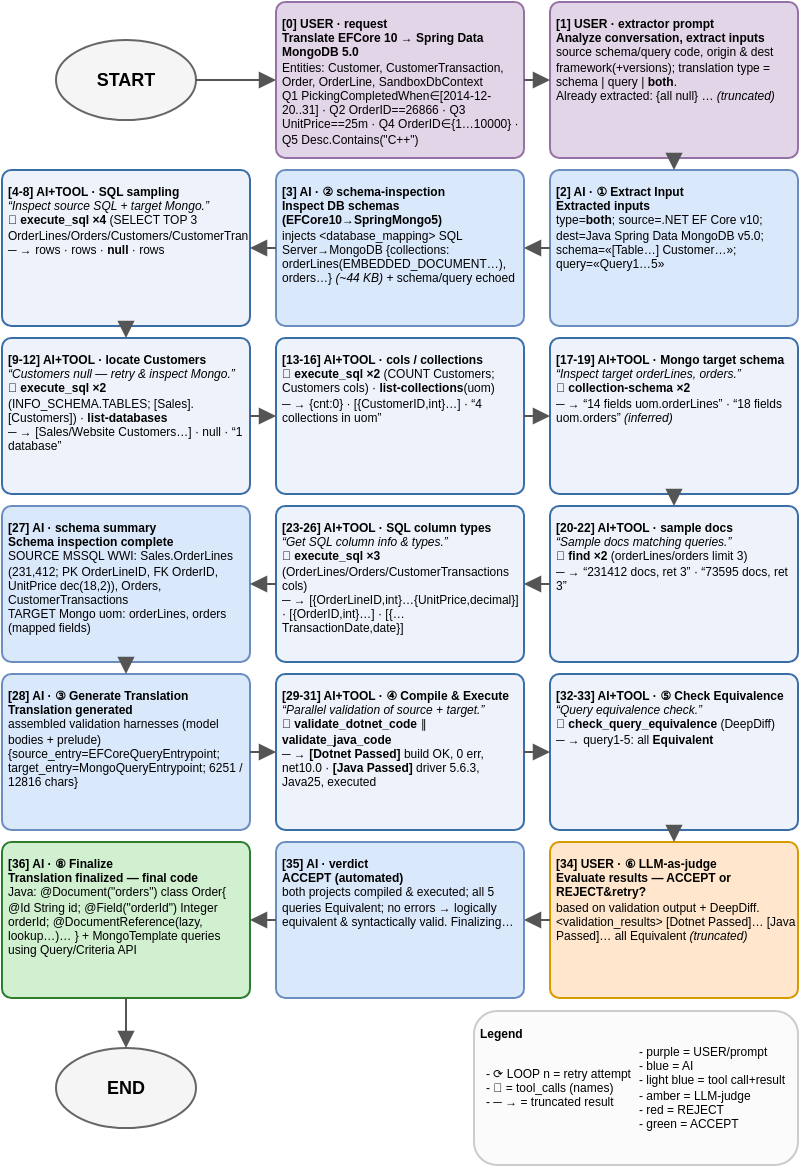
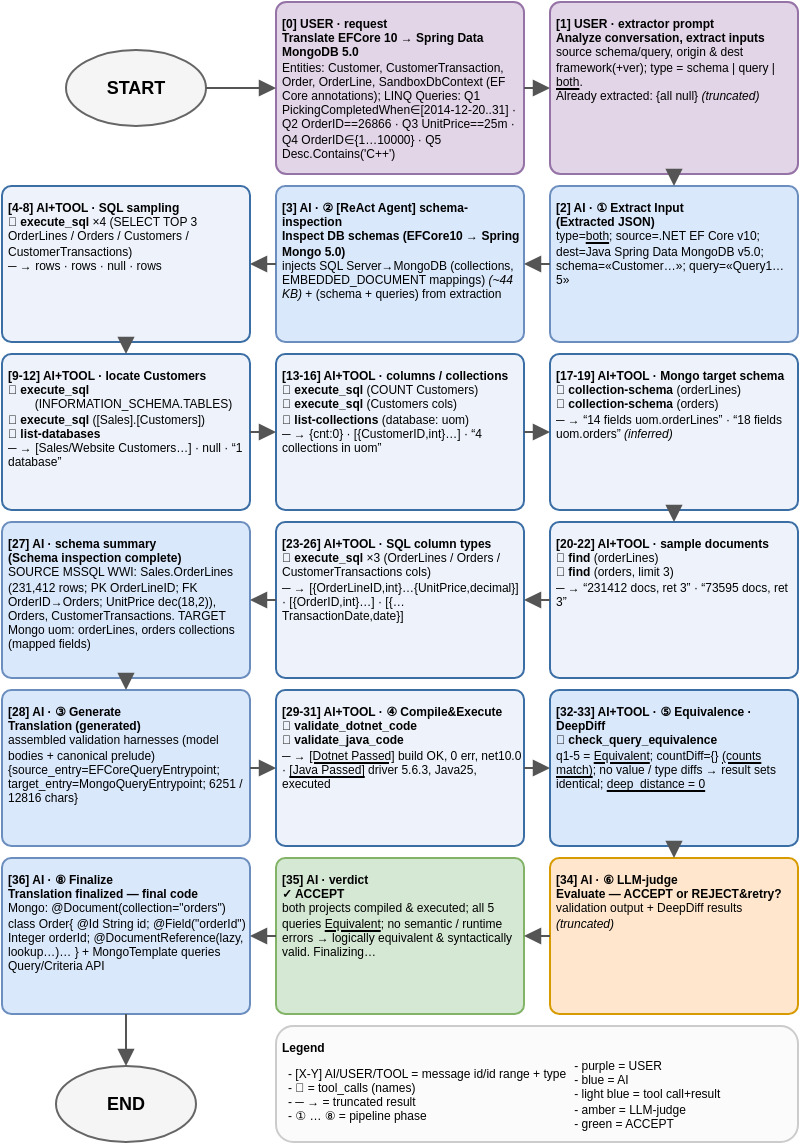
<mxfile host="Electron" agent="Mozilla/5.0 (Windows NT 10.0; Win64; x64) AppleWebKit/537.36 (KHTML, like Gecko) draw.io/27.0.9 Chrome/134.0.6998.205 Electron/35.4.0 Safari/537.36" version="27.0.9">
-   <diagram id="trace" name="Run Trace">
-     <mxGraphModel dx="613" dy="425" grid="1" gridSize="10" guides="1" tooltips="1" connect="1" arrows="1" fold="1" page="1" pageScale="1" pageWidth="418" pageHeight="591" math="0" shadow="0">
+   <diagram id="trace" name="EFCore→MongoDB Trace">
+     <mxGraphModel dx="508" dy="352" grid="1" gridSize="10" guides="1" tooltips="1" connect="1" arrows="1" fold="1" page="1" pageScale="1" pageWidth="418" pageHeight="591" math="0" shadow="0">
      <root>
        <mxCell id="0" />
        <mxCell id="1" parent="0" />
        <mxCell id="start" value="START" style="ellipse;whiteSpace=wrap;html=1;fillColor=#f5f5f5;strokeColor=#666666;fontStyle=1;fontSize=9;" parent="1" vertex="1">
-           <mxGeometry x="35" y="27" width="70" height="40" as="geometry" />
+           <mxGeometry x="40" y="24" width="70" height="38" as="geometry" />
        </mxCell>
-         <mxCell id="m0" value="&lt;b&gt;[0] USER · request&lt;/b&gt;&lt;br&gt;&lt;b&gt;Translate EFCore 10 → Spring Data MongoDB 5.0&lt;/b&gt;&lt;br&gt;Entities: Customer, CustomerTransaction, Order, OrderLine, SandboxDbContext&lt;br&gt;Q1 PickingCompletedWhen∈[2014-12-20..31] · Q2 OrderID==26866 · Q3 UnitPrice==25m · Q4 OrderID∈{1…10000} · Q5 Desc.Contains(&amp;quot;C++&amp;quot;)" style="rounded=1;whiteSpace=wrap;html=1;fontSize=6;align=left;verticalAlign=top;spacing=3;arcSize=6;overflow=hidden;fillColor=#e1d5e7;strokeColor=#9673a6;" parent="1" vertex="1">
-           <mxGeometry x="145" y="8" width="124" height="78" as="geometry" />
+         <mxCell id="m0" value="&lt;b&gt;[0] USER · request&lt;/b&gt;&lt;br&gt;&lt;b&gt;Translate EFCore 10 → Spring Data MongoDB 5.0&lt;/b&gt;&lt;br&gt;Entities: Customer, CustomerTransaction, Order, OrderLine, SandboxDbContext (EF Core annotations); LINQ Queries: Q1 PickingCompletedWhen∈[2014-12-20..31] · Q2 OrderID==26866 · Q3 UnitPrice==25m · Q4 OrderID∈{1…10000} · Q5 Desc.Contains(&#39;C++&#39;)" style="rounded=1;whiteSpace=wrap;html=1;fontSize=6;align=left;verticalAlign=top;spacing=3;arcSize=6;overflow=hidden;fillColor=#e1d5e7;strokeColor=#9673a6;" parent="1" vertex="1">
+           <mxGeometry x="145" width="124" height="86" as="geometry" />
        </mxCell>
-         <mxCell id="m1" value="&lt;b&gt;[1] USER · extractor prompt&lt;/b&gt;&lt;br&gt;&lt;b&gt;Analyze conversation, extract inputs&lt;/b&gt;&lt;br&gt;source schema/query code, origin &amp;amp; dest framework(+versions); translation type = schema | query | &lt;b&gt;both&lt;/b&gt;.&lt;br&gt;Already extracted: {all null} … &lt;i&gt;(truncated)&lt;/i&gt;" style="rounded=1;whiteSpace=wrap;html=1;fontSize=6;align=left;verticalAlign=top;spacing=3;arcSize=6;overflow=hidden;fillColor=#e1d5e7;strokeColor=#9673a6;" parent="1" vertex="1">
-           <mxGeometry x="282" y="8" width="124" height="78" as="geometry" />
+         <mxCell id="m1" value="&lt;b&gt;[1] USER · extractor prompt&lt;/b&gt;&lt;br&gt;&lt;b&gt;Analyze conversation, extract inputs&lt;/b&gt;&lt;br&gt;source schema/query, origin &amp;amp; dest framework(+ver); type = schema | query | &lt;u&gt;both&lt;/u&gt;.&lt;br&gt;Already extracted: {all null} &lt;i&gt;(truncated)&lt;/i&gt;" style="rounded=1;whiteSpace=wrap;html=1;fontSize=6;align=left;verticalAlign=top;spacing=3;arcSize=6;overflow=hidden;fillColor=#e1d5e7;strokeColor=#9673a6;" parent="1" vertex="1">
+           <mxGeometry x="282" width="124" height="86" as="geometry" />
        </mxCell>
-         <mxCell id="m2" value="&lt;b&gt;[2] AI · ① Extract Input&lt;/b&gt;&lt;br&gt;&lt;b&gt;Extracted inputs&lt;/b&gt;&lt;br&gt;type=&lt;b&gt;both&lt;/b&gt;; source=.NET EF Core v10; dest=Java Spring Data MongoDB v5.0; schema=«[Table…] Customer…»; query=«Query1…5»" style="rounded=1;whiteSpace=wrap;html=1;fontSize=6;align=left;verticalAlign=top;spacing=3;arcSize=6;overflow=hidden;fillColor=#dae8fc;strokeColor=#6c8ebf;" parent="1" vertex="1">
+         <mxCell id="m2" value="&lt;b&gt;[2] AI · ① Extract Input&lt;/b&gt;&lt;br&gt;&lt;b&gt;(Extracted JSON)&lt;/b&gt;&lt;br&gt;type=&lt;u&gt;both&lt;/u&gt;; source=.NET EF Core v10; dest=Java Spring Data MongoDB v5.0; schema=«Customer…»; query=«Query1…5»" style="rounded=1;whiteSpace=wrap;html=1;fontSize=6;align=left;verticalAlign=top;spacing=3;arcSize=6;overflow=hidden;fillColor=#dae8fc;strokeColor=#6c8ebf;" parent="1" vertex="1">
          <mxGeometry x="282" y="92" width="124" height="78" as="geometry" />
        </mxCell>
-         <mxCell id="m3" value="&lt;b&gt;[3] AI · ② schema-inspection&lt;/b&gt;&lt;br&gt;&lt;b&gt;Inspect DB schemas (EFCore10→SpringMongo5)&lt;/b&gt;&lt;br&gt;injects &amp;lt;database_mapping&amp;gt; SQL Server→MongoDB {collections: orderLines(EMBEDDED_DOCUMENT…), orders…} &lt;i&gt;(~44 KB)&lt;/i&gt; + schema/query echoed" style="rounded=1;whiteSpace=wrap;html=1;fontSize=6;align=left;verticalAlign=top;spacing=3;arcSize=6;overflow=hidden;fillColor=#dae8fc;strokeColor=#6c8ebf;" parent="1" vertex="1">
+         <mxCell id="m3" value="&lt;b&gt;[3] AI · ② [ReAct Agent] schema-inspection&lt;/b&gt;&lt;br&gt;&lt;b&gt;Inspect DB schemas (EFCore10 → Spring Mongo 5.0)&lt;/b&gt;&lt;br&gt;injects &lt;database_mapping&gt; SQL Server→MongoDB (collections, EMBEDDED_DOCUMENT mappings) &lt;i&gt;(~44 KB)&lt;/i&gt; + (schema + queries) from extraction" style="rounded=1;whiteSpace=wrap;html=1;fontSize=6;align=left;verticalAlign=top;spacing=3;arcSize=6;overflow=hidden;fillColor=#dae8fc;strokeColor=#6c8ebf;" parent="1" vertex="1">
          <mxGeometry x="145" y="92" width="124" height="78" as="geometry" />
        </mxCell>
-         <mxCell id="t4" value="&lt;b&gt;[4-8] AI+TOOL · SQL sampling&lt;/b&gt;&lt;br&gt;&lt;i&gt;“Inspect source SQL + target Mongo.”&lt;/i&gt;&lt;br&gt;🔧 &lt;b&gt;execute_sql ×4&lt;/b&gt; (SELECT TOP 3 OrderLines/Orders/Customers/CustomerTransactions)&lt;br&gt;─ → rows · rows · &lt;b&gt;null&lt;/b&gt; · rows" style="rounded=1;whiteSpace=wrap;html=1;fontSize=6;align=left;verticalAlign=top;spacing=3;arcSize=6;overflow=hidden;fillColor=#eef3fb;strokeColor=#3b6ea5;" parent="1" vertex="1">
+         <mxCell id="t4" value="&lt;b&gt;[4-8] AI+TOOL · SQL sampling&lt;/b&gt;&lt;br&gt;🔧 &lt;b&gt;execute_sql&lt;/b&gt; ×4 (SELECT TOP 3 OrderLines / Orders / Customers / CustomerTransactions)&lt;br&gt;─ → rows · rows · null · rows" style="rounded=1;whiteSpace=wrap;html=1;fontSize=6;align=left;verticalAlign=top;spacing=3;arcSize=6;overflow=hidden;fillColor=#eef3fb;strokeColor=#3b6ea5;" parent="1" vertex="1">
          <mxGeometry x="8" y="92" width="124" height="78" as="geometry" />
        </mxCell>
-         <mxCell id="t9" value="&lt;b&gt;[9-12] AI+TOOL · locate Customers&lt;/b&gt;&lt;br&gt;&lt;i&gt;“Customers null — retry &amp;amp; inspect Mongo.”&lt;/i&gt;&lt;br&gt;🔧 &lt;b&gt;execute_sql ×2&lt;/b&gt; (INFO_SCHEMA.TABLES; [Sales].[Customers]) · &lt;b&gt;list-databases&lt;/b&gt;&lt;br&gt;─ → [Sales/Website Customers…] · null · “1 database”" style="rounded=1;whiteSpace=wrap;html=1;fontSize=6;align=left;verticalAlign=top;spacing=3;arcSize=6;overflow=hidden;fillColor=#eef3fb;strokeColor=#3b6ea5;" parent="1" vertex="1">
+         <mxCell id="t9" value="&lt;b&gt;[9-12] AI+TOOL · locate Customers&lt;/b&gt;&lt;br&gt;🔧 &lt;b&gt;execute_sql&lt;/b&gt;&amp;nbsp;&lt;div&gt;&lt;span style=&quot;white-space: pre;&quot;&gt;&#x9;&lt;/span&gt;(INFORMATION_SCHEMA.TABLES)&lt;/div&gt;&lt;div&gt;🔧&amp;nbsp;&lt;b&gt;execute_sql&lt;/b&gt;&amp;nbsp;([Sales].[Customers])&lt;br&gt;🔧 &lt;b&gt;list-databases&lt;/b&gt;&lt;br&gt;─ → [Sales/Website Customers…] · null · “1 database”&lt;/div&gt;" style="rounded=1;whiteSpace=wrap;html=1;fontSize=6;align=left;verticalAlign=top;spacing=3;arcSize=6;overflow=hidden;fillColor=#eef3fb;strokeColor=#3b6ea5;" parent="1" vertex="1">
          <mxGeometry x="8" y="176" width="124" height="78" as="geometry" />
        </mxCell>
-         <mxCell id="t13" value="&lt;b&gt;[13-16] AI+TOOL · cols / collections&lt;/b&gt;&lt;br&gt;🔧 &lt;b&gt;execute_sql ×2&lt;/b&gt; (COUNT Customers; Customers cols) · &lt;b&gt;list-collections&lt;/b&gt;(uom)&lt;br&gt;─ → {cnt:0} · [{CustomerID,int}…] · “4 collections in uom”" style="rounded=1;whiteSpace=wrap;html=1;fontSize=6;align=left;verticalAlign=top;spacing=3;arcSize=6;overflow=hidden;fillColor=#eef3fb;strokeColor=#3b6ea5;" parent="1" vertex="1">
+         <mxCell id="t13" value="&lt;b&gt;[13-16] AI+TOOL · columns / collections&lt;/b&gt;&lt;br&gt;🔧 &lt;b&gt;execute_sql&lt;/b&gt;&amp;nbsp;(COUNT Customers)&amp;nbsp;&lt;div&gt;🔧&amp;nbsp;&lt;b&gt;execute_sql&amp;nbsp;&lt;/b&gt;(Customers cols)&lt;br&gt;🔧 &lt;b&gt;list-collections&lt;/b&gt; (database: uom)&lt;br&gt;─ → {cnt:0} · [{CustomerID,int}…] · “4 collections in uom”&lt;/div&gt;" style="rounded=1;whiteSpace=wrap;html=1;fontSize=6;align=left;verticalAlign=top;spacing=3;arcSize=6;overflow=hidden;fillColor=#eef3fb;strokeColor=#3b6ea5;" parent="1" vertex="1">
          <mxGeometry x="145" y="176" width="124" height="78" as="geometry" />
        </mxCell>
-         <mxCell id="t17" value="&lt;b&gt;[17-19] AI+TOOL · Mongo target schema&lt;/b&gt;&lt;br&gt;&lt;i&gt;“Inspect target orderLines, orders.”&lt;/i&gt;&lt;br&gt;🔧 &lt;b&gt;collection-schema ×2&lt;/b&gt;&lt;br&gt;─ → “14 fields uom.orderLines” · “18 fields uom.orders” &lt;i&gt;(inferred)&lt;/i&gt;" style="rounded=1;whiteSpace=wrap;html=1;fontSize=6;align=left;verticalAlign=top;spacing=3;arcSize=6;overflow=hidden;fillColor=#eef3fb;strokeColor=#3b6ea5;" parent="1" vertex="1">
+         <mxCell id="t17" value="&lt;b&gt;[17-19] AI+TOOL · Mongo target schema&lt;/b&gt;&lt;br&gt;🔧 &lt;b&gt;collection-schema&amp;nbsp;&lt;/b&gt;(orderLines)&lt;br&gt;&lt;div&gt;&lt;span style=&quot;background-color: transparent; color: light-dark(rgb(0, 0, 0), rgb(255, 255, 255));&quot;&gt;🔧&lt;/span&gt;&lt;span style=&quot;background-color: transparent; color: light-dark(rgb(0, 0, 0), rgb(255, 255, 255));&quot;&gt;&amp;nbsp;&lt;/span&gt;&lt;b style=&quot;background-color: transparent; color: light-dark(rgb(0, 0, 0), rgb(255, 255, 255));&quot;&gt;collection-schema&amp;nbsp;&lt;/b&gt;(orders)&lt;br&gt;─ → “14 fields uom.orderLines” · “18 fields uom.orders” &lt;i&gt;(inferred)&lt;/i&gt;&lt;/div&gt;" style="rounded=1;whiteSpace=wrap;html=1;fontSize=6;align=left;verticalAlign=top;spacing=3;arcSize=6;overflow=hidden;fillColor=#eef3fb;strokeColor=#3b6ea5;" parent="1" vertex="1">
          <mxGeometry x="282" y="176" width="124" height="78" as="geometry" />
        </mxCell>
-         <mxCell id="t20" value="&lt;b&gt;[20-22] AI+TOOL · sample docs&lt;/b&gt;&lt;br&gt;&lt;i&gt;“Sample docs matching queries.”&lt;/i&gt;&lt;br&gt;🔧 &lt;b&gt;find ×2&lt;/b&gt; (orderLines/orders limit 3)&lt;br&gt;─ → “231412 docs, ret 3” · “73595 docs, ret 3”" style="rounded=1;whiteSpace=wrap;html=1;fontSize=6;align=left;verticalAlign=top;spacing=3;arcSize=6;overflow=hidden;fillColor=#eef3fb;strokeColor=#3b6ea5;" parent="1" vertex="1">
+         <mxCell id="t20" value="&lt;b&gt;[20-22] AI+TOOL · sample documents&lt;/b&gt;&lt;br&gt;🔧 &lt;b&gt;find&lt;/b&gt;&amp;nbsp;(orderLines)&lt;br&gt;&lt;div&gt;&lt;span style=&quot;background-color: transparent; color: light-dark(rgb(0, 0, 0), rgb(255, 255, 255));&quot;&gt;🔧&lt;/span&gt;&lt;span style=&quot;background-color: transparent; color: light-dark(rgb(0, 0, 0), rgb(255, 255, 255));&quot;&gt;&amp;nbsp;&lt;/span&gt;&lt;b style=&quot;background-color: transparent; color: light-dark(rgb(0, 0, 0), rgb(255, 255, 255));&quot;&gt;find&lt;/b&gt;&lt;span style=&quot;background-color: transparent; color: light-dark(rgb(0, 0, 0), rgb(255, 255, 255));&quot;&gt; (&lt;/span&gt;orders, limit 3)&lt;br&gt;─ → “231412 docs, ret 3” · “73595 docs, ret 3”&lt;/div&gt;" style="rounded=1;whiteSpace=wrap;html=1;fontSize=6;align=left;verticalAlign=top;spacing=3;arcSize=6;overflow=hidden;fillColor=#eef3fb;strokeColor=#3b6ea5;" parent="1" vertex="1">
          <mxGeometry x="282" y="260" width="124" height="78" as="geometry" />
        </mxCell>
-         <mxCell id="t23" value="&lt;b&gt;[23-26] AI+TOOL · SQL column types&lt;/b&gt;&lt;br&gt;&lt;i&gt;“Get SQL column info &amp;amp; types.”&lt;/i&gt;&lt;br&gt;🔧 &lt;b&gt;execute_sql ×3&lt;/b&gt; (OrderLines/Orders/CustomerTransactions cols)&lt;br&gt;─ → [{OrderLineID,int}…{UnitPrice,decimal}] · [{OrderID,int}…] · [{…TransactionDate,date}]" style="rounded=1;whiteSpace=wrap;html=1;fontSize=6;align=left;verticalAlign=top;spacing=3;arcSize=6;overflow=hidden;fillColor=#eef3fb;strokeColor=#3b6ea5;" parent="1" vertex="1">
+         <mxCell id="t23" value="&lt;b&gt;[23-26] AI+TOOL · SQL column types&lt;/b&gt;&lt;br&gt;🔧 &lt;b&gt;execute_sql&lt;/b&gt; ×3 (OrderLines / Orders / CustomerTransactions cols)&lt;br&gt;─ → [{OrderLineID,int}…{UnitPrice,decimal}] · [{OrderID,int}…] · [{…TransactionDate,date}]" style="rounded=1;whiteSpace=wrap;html=1;fontSize=6;align=left;verticalAlign=top;spacing=3;arcSize=6;overflow=hidden;fillColor=#eef3fb;strokeColor=#3b6ea5;" parent="1" vertex="1">
          <mxGeometry x="145" y="260" width="124" height="78" as="geometry" />
        </mxCell>
-         <mxCell id="m27" value="&lt;b&gt;[27] AI · schema summary&lt;/b&gt;&lt;br&gt;&lt;b&gt;Schema inspection complete&lt;/b&gt;&lt;br&gt;SOURCE MSSQL WWI: Sales.OrderLines (231,412; PK OrderLineID, FK OrderID, UnitPrice dec(18,2)), Orders, CustomerTransactions&lt;br&gt;TARGET Mongo uom: orderLines, orders (mapped fields)" style="rounded=1;whiteSpace=wrap;html=1;fontSize=6;align=left;verticalAlign=top;spacing=3;arcSize=6;overflow=hidden;fillColor=#dae8fc;strokeColor=#6c8ebf;" parent="1" vertex="1">
+         <mxCell id="m27" value="&lt;b&gt;[27] AI · schema summary&lt;/b&gt;&lt;br&gt;&lt;b&gt;(Schema inspection complete)&lt;/b&gt;&lt;br&gt;SOURCE MSSQL WWI: Sales.OrderLines (231,412 rows; PK OrderLineID; FK OrderID→Orders; UnitPrice dec(18,2)), Orders, CustomerTransactions. TARGET Mongo uom: orderLines, orders collections (mapped fields)" style="rounded=1;whiteSpace=wrap;html=1;fontSize=6;align=left;verticalAlign=top;spacing=3;arcSize=6;overflow=hidden;fillColor=#dae8fc;strokeColor=#6c8ebf;" parent="1" vertex="1">
          <mxGeometry x="8" y="260" width="124" height="78" as="geometry" />
        </mxCell>
-         <mxCell id="m28" value="&lt;b&gt;[28] AI · ③ Generate Translation&lt;/b&gt;&lt;br&gt;&lt;b&gt;Translation generated&lt;/b&gt;&lt;br&gt;assembled validation harnesses (model bodies + prelude)&lt;br&gt;{source_entry=EFCoreQueryEntrypoint; target_entry=MongoQueryEntrypoint; 6251 / 12816 chars}" style="rounded=1;whiteSpace=wrap;html=1;fontSize=6;align=left;verticalAlign=top;spacing=3;arcSize=6;overflow=hidden;fillColor=#dae8fc;strokeColor=#6c8ebf;" parent="1" vertex="1">
+         <mxCell id="m28" value="&lt;b&gt;[28] AI · ③ Generate&lt;/b&gt;&lt;br&gt;&lt;b&gt;Translation (generated)&lt;/b&gt;&lt;br&gt;assembled validation harnesses (model bodies + canonical prelude)&lt;br&gt;{source_entry=EFCoreQueryEntrypoint; target_entry=MongoQueryEntrypoint; 6251 / 12816 chars}" style="rounded=1;whiteSpace=wrap;html=1;fontSize=6;align=left;verticalAlign=top;spacing=3;arcSize=6;overflow=hidden;fillColor=#dae8fc;strokeColor=#6c8ebf;" parent="1" vertex="1">
          <mxGeometry x="8" y="344" width="124" height="78" as="geometry" />
        </mxCell>
-         <mxCell id="t29" value="&lt;b&gt;[29-31] AI+TOOL · ④ Compile &amp;amp; Execute&lt;/b&gt;&lt;br&gt;&lt;i&gt;“Parallel validation of source + target.”&lt;/i&gt;&lt;br&gt;🔧 &lt;b&gt;validate_dotnet_code&lt;/b&gt; ∥ &lt;b&gt;validate_java_code&lt;/b&gt;&lt;br&gt;─ → &lt;b&gt;[Dotnet Passed]&lt;/b&gt; build OK, 0 err, net10.0 · &lt;b&gt;[Java Passed]&lt;/b&gt; driver 5.6.3, Java25, executed" style="rounded=1;whiteSpace=wrap;html=1;fontSize=6;align=left;verticalAlign=top;spacing=3;arcSize=6;overflow=hidden;fillColor=#eef3fb;strokeColor=#3b6ea5;" parent="1" vertex="1">
+         <mxCell id="t29" value="&lt;b&gt;[29-31] AI+TOOL · ④ Compile&amp;amp;Execute&lt;/b&gt;&lt;br&gt;🔧 &lt;b&gt;validate_dotnet_code&lt;br&gt;&lt;/b&gt;&lt;div&gt;&lt;span style=&quot;background-color: transparent; color: light-dark(rgb(0, 0, 0), rgb(255, 255, 255));&quot;&gt;🔧&amp;nbsp;&lt;/span&gt;&lt;b&gt;validate_java_code&lt;/b&gt;&lt;br&gt;─ → &lt;u&gt;[Dotnet Passed]&lt;/u&gt; build OK, 0 err, net10.0 · &lt;u&gt;[Java Passed]&lt;/u&gt; driver 5.6.3, Java25, executed&lt;/div&gt;" style="rounded=1;whiteSpace=wrap;html=1;fontSize=6;align=left;verticalAlign=top;spacing=3;arcSize=6;overflow=hidden;fillColor=#eef3fb;strokeColor=#3b6ea5;" parent="1" vertex="1">
          <mxGeometry x="145" y="344" width="124" height="78" as="geometry" />
        </mxCell>
-         <mxCell id="t32" value="&lt;b&gt;[32-33] AI+TOOL · ⑤ Check Equivalence&lt;/b&gt;&lt;br&gt;&lt;i&gt;“Query equivalence check.”&lt;/i&gt;&lt;br&gt;🔧 &lt;b&gt;check_query_equivalence&lt;/b&gt; (DeepDiff)&lt;br&gt;─ → query1-5: all &lt;b&gt;Equivalent&lt;/b&gt;" style="rounded=1;whiteSpace=wrap;html=1;fontSize=6;align=left;verticalAlign=top;spacing=3;arcSize=6;overflow=hidden;fillColor=#eef3fb;strokeColor=#3b6ea5;" parent="1" vertex="1">
+         <mxCell id="t32" value="&lt;b&gt;[32-33] AI+TOOL · ⑤ Equivalence · DeepDiff&lt;/b&gt;&lt;br&gt;🔧 &lt;b&gt;check_query_equivalence&lt;/b&gt;&lt;br&gt;q1-5 = &lt;u&gt;Equivalent&lt;/u&gt;; countDiff={} &lt;u&gt;(counts match)&lt;/u&gt;; no value / type diffs → result sets identical;&amp;nbsp;&lt;u&gt;deep_distance = 0&lt;/u&gt;" style="rounded=1;whiteSpace=wrap;html=1;fontSize=6;align=left;verticalAlign=top;spacing=3;arcSize=6;overflow=hidden;fillColor=#dae8fc;strokeColor=#3b6ea5;" parent="1" vertex="1">
          <mxGeometry x="282" y="344" width="124" height="78" as="geometry" />
        </mxCell>
-         <mxCell id="m34" value="&lt;b&gt;[34] USER · ⑥ LLM-as-judge&lt;/b&gt;&lt;br&gt;&lt;b&gt;Evaluate results — ACCEPT or REJECT&amp;amp;retry?&lt;/b&gt;&lt;br&gt;based on validation output + DeepDiff.&lt;br&gt;&amp;lt;validation_results&amp;gt; [Dotnet Passed]… [Java Passed]… all Equivalent &lt;i&gt;(truncated)&lt;/i&gt;" style="rounded=1;whiteSpace=wrap;html=1;fontSize=6;align=left;verticalAlign=top;spacing=3;arcSize=6;overflow=hidden;fillColor=#ffe6cc;strokeColor=#d79b00;" parent="1" vertex="1">
+         <mxCell id="m34" value="&lt;b&gt;[34] AI · ⑥ LLM-judge&lt;/b&gt;&lt;br&gt;&lt;b&gt;Evaluate — ACCEPT or REJECT&amp;amp;retry?&lt;/b&gt;&lt;br&gt;validation output + DeepDiff results &lt;i&gt;(truncated)&lt;/i&gt;" style="rounded=1;whiteSpace=wrap;html=1;fontSize=6;align=left;verticalAlign=top;spacing=3;arcSize=6;overflow=hidden;fillColor=#ffe6cc;strokeColor=#d79b00;" parent="1" vertex="1">
          <mxGeometry x="282" y="428" width="124" height="78" as="geometry" />
        </mxCell>
-         <mxCell id="m35" value="&lt;b&gt;[35] AI · verdict&lt;/b&gt;&lt;br&gt;&lt;b&gt;ACCEPT (automated)&lt;/b&gt;&lt;br&gt;both projects compiled &amp;amp; executed; all 5 queries Equivalent; no errors → logically equivalent &amp;amp; syntactically valid. Finalizing…" style="rounded=1;whiteSpace=wrap;html=1;fontSize=6;align=left;verticalAlign=top;spacing=3;arcSize=6;overflow=hidden;fillColor=#dae8fc;strokeColor=#6c8ebf;" parent="1" vertex="1">
+         <mxCell id="m35" value="&lt;b&gt;[35] AI · verdict&lt;/b&gt;&lt;br&gt;&lt;b&gt;✓ ACCEPT&lt;/b&gt;&lt;br&gt;both projects compiled &amp;amp; executed; all 5 queries &lt;u&gt;Equivalent&lt;/u&gt;; no semantic / runtime errors → logically equivalent &amp;amp; syntactically valid. Finalizing…" style="rounded=1;whiteSpace=wrap;html=1;fontSize=6;align=left;verticalAlign=top;spacing=3;arcSize=6;overflow=hidden;fillColor=#d5e8d4;strokeColor=#82b366;" parent="1" vertex="1">
          <mxGeometry x="145" y="428" width="124" height="78" as="geometry" />
        </mxCell>
-         <mxCell id="m36" value="&lt;b&gt;[36] AI · ⑧ Finalize&lt;/b&gt;&lt;br&gt;&lt;b&gt;Translation finalized — final code&lt;/b&gt;&lt;br&gt;Java: @Document(&quot;orders&quot;) class Order{ @Id String id; @Field(&quot;orderId&quot;) Integer orderId; @DocumentReference(lazy, lookup…)… } + MongoTemplate queries using Query/Criteria API" style="rounded=1;whiteSpace=wrap;html=1;fontSize=6;align=left;verticalAlign=top;spacing=3;arcSize=6;overflow=hidden;fillColor=#d0f0d0;strokeColor=#2d7d2d;" parent="1" vertex="1">
+         <mxCell id="m36" value="&lt;b&gt;[36] AI · ⑧ Finalize&lt;/b&gt;&lt;br&gt;&lt;b&gt;Translation finalized — final code&lt;/b&gt;&lt;br&gt;Mongo: @Document(collection=&quot;orders&quot;) class Order{ @Id String id; @Field(&quot;orderId&quot;) Integer orderId; @DocumentReference(lazy, lookup…)… } + MongoTemplate queries Query/Criteria API" style="rounded=1;whiteSpace=wrap;html=1;fontSize=6;align=left;verticalAlign=top;spacing=3;arcSize=6;overflow=hidden;fillColor=#dae8fc;strokeColor=#6c8ebf;" parent="1" vertex="1">
          <mxGeometry x="8" y="428" width="124" height="78" as="geometry" />
        </mxCell>
        <mxCell id="end" value="END" style="ellipse;whiteSpace=wrap;html=1;fillColor=#f5f5f5;strokeColor=#666666;fontStyle=1;fontSize=9;" parent="1" vertex="1">
-           <mxGeometry x="35" y="531" width="70" height="40" as="geometry" />
+           <mxGeometry x="35" y="532" width="70" height="38" as="geometry" />
+         </mxCell>
+         <mxCell id="legend" value="&lt;div style=&quot;line-height:100%&quot;&gt;&lt;b&gt;Legend&lt;/b&gt;&lt;div&gt;&lt;table&gt;&lt;tbody&gt;&lt;tr style=&quot;line-height:120%&quot;&gt;&lt;td&gt;- [X-Y] AI/USER/TOOL = message id/id range + type&lt;br&gt;- 🔧 = tool_calls (names)&lt;br&gt;- ─ → = truncated result&lt;br&gt;- ① … ⑧ = pipeline phase&lt;/td&gt;&lt;td&gt;- purple = USER&lt;br&gt;- blue = AI&lt;br&gt;- light blue = tool call+result&lt;br&gt;- amber = LLM-judge&lt;br&gt;- green = ACCEPT&lt;/td&gt;&lt;/tr&gt;&lt;/tbody&gt;&lt;/table&gt;&lt;/div&gt;&lt;/div&gt;" style="whiteSpace=wrap;html=1;fillColor=#fbfbfb;strokeColor=#cccccc;rounded=1;fontSize=6;align=left;verticalAlign=top;spacing=3;" parent="1" vertex="1">
+           <mxGeometry x="145" y="512" width="261" height="58" as="geometry" />
        </mxCell>
        <mxCell id="e0" style="edgeStyle=orthogonalEdgeStyle;rounded=1;html=1;endArrow=block;noEdgeStyle=1;orthogonal=1;exitX=1;exitY=0.5;exitDx=0;exitDy=0;entryX=0;entryY=0.5;entryDx=0;entryDy=0;strokeColor=#555555;" parent="1" source="start" target="m0" edge="1">
          <mxGeometry relative="1" as="geometry" />
        </mxCell>
        <mxCell id="e1" style="edgeStyle=orthogonalEdgeStyle;rounded=1;html=1;endArrow=block;noEdgeStyle=1;orthogonal=1;exitX=1;exitY=0.5;exitDx=0;exitDy=0;entryX=0;entryY=0.5;entryDx=0;entryDy=0;strokeColor=#555555;" parent="1" source="m0" target="m1" edge="1">
          <mxGeometry relative="1" as="geometry" />
        </mxCell>
        <mxCell id="e2" style="edgeStyle=orthogonalEdgeStyle;rounded=1;html=1;endArrow=block;noEdgeStyle=1;orthogonal=1;exitX=0.5;exitY=1;exitDx=0;exitDy=0;entryX=0.5;entryY=0;entryDx=0;entryDy=0;strokeColor=#555555;" parent="1" source="m1" target="m2" edge="1">
          <mxGeometry relative="1" as="geometry" />
        </mxCell>
        <mxCell id="e3" style="edgeStyle=orthogonalEdgeStyle;rounded=1;html=1;endArrow=block;noEdgeStyle=1;orthogonal=1;exitX=0;exitY=0.5;exitDx=0;exitDy=0;entryX=1;entryY=0.5;entryDx=0;entryDy=0;strokeColor=#555555;" parent="1" source="m2" target="m3" edge="1">
          <mxGeometry relative="1" as="geometry" />
        </mxCell>
        <mxCell id="e4" style="edgeStyle=orthogonalEdgeStyle;rounded=1;html=1;endArrow=block;noEdgeStyle=1;orthogonal=1;exitX=0;exitY=0.5;exitDx=0;exitDy=0;entryX=1;entryY=0.5;entryDx=0;entryDy=0;strokeColor=#555555;" parent="1" source="m3" target="t4" edge="1">
          <mxGeometry relative="1" as="geometry" />
        </mxCell>
        <mxCell id="e5" style="edgeStyle=orthogonalEdgeStyle;rounded=1;html=1;endArrow=block;noEdgeStyle=1;orthogonal=1;exitX=0.5;exitY=1;exitDx=0;exitDy=0;entryX=0.5;entryY=0;entryDx=0;entryDy=0;strokeColor=#555555;" parent="1" source="t4" target="t9" edge="1">
          <mxGeometry relative="1" as="geometry" />
        </mxCell>
        <mxCell id="e6" style="edgeStyle=orthogonalEdgeStyle;rounded=1;html=1;endArrow=block;noEdgeStyle=1;orthogonal=1;exitX=1;exitY=0.5;exitDx=0;exitDy=0;entryX=0;entryY=0.5;entryDx=0;entryDy=0;strokeColor=#555555;" parent="1" source="t9" target="t13" edge="1">
          <mxGeometry relative="1" as="geometry" />
        </mxCell>
        <mxCell id="e7" style="edgeStyle=orthogonalEdgeStyle;rounded=1;html=1;endArrow=block;noEdgeStyle=1;orthogonal=1;exitX=1;exitY=0.5;exitDx=0;exitDy=0;entryX=0;entryY=0.5;entryDx=0;entryDy=0;strokeColor=#555555;" parent="1" source="t13" target="t17" edge="1">
          <mxGeometry relative="1" as="geometry" />
        </mxCell>
        <mxCell id="e8" style="edgeStyle=orthogonalEdgeStyle;rounded=1;html=1;endArrow=block;noEdgeStyle=1;orthogonal=1;exitX=0.5;exitY=1;exitDx=0;exitDy=0;entryX=0.5;entryY=0;entryDx=0;entryDy=0;strokeColor=#555555;" parent="1" source="t17" target="t20" edge="1">
          <mxGeometry relative="1" as="geometry" />
        </mxCell>
        <mxCell id="e9" style="edgeStyle=orthogonalEdgeStyle;rounded=1;html=1;endArrow=block;noEdgeStyle=1;orthogonal=1;exitX=0;exitY=0.5;exitDx=0;exitDy=0;entryX=1;entryY=0.5;entryDx=0;entryDy=0;strokeColor=#555555;" parent="1" source="t20" target="t23" edge="1">
          <mxGeometry relative="1" as="geometry" />
        </mxCell>
        <mxCell id="e10" style="edgeStyle=orthogonalEdgeStyle;rounded=1;html=1;endArrow=block;noEdgeStyle=1;orthogonal=1;exitX=0;exitY=0.5;exitDx=0;exitDy=0;entryX=1;entryY=0.5;entryDx=0;entryDy=0;strokeColor=#555555;" parent="1" source="t23" target="m27" edge="1">
          <mxGeometry relative="1" as="geometry" />
        </mxCell>
        <mxCell id="e11" style="edgeStyle=orthogonalEdgeStyle;rounded=1;html=1;endArrow=block;noEdgeStyle=1;orthogonal=1;exitX=0.5;exitY=1;exitDx=0;exitDy=0;entryX=0.5;entryY=0;entryDx=0;entryDy=0;strokeColor=#555555;" parent="1" source="m27" target="m28" edge="1">
          <mxGeometry relative="1" as="geometry" />
        </mxCell>
        <mxCell id="e12" style="edgeStyle=orthogonalEdgeStyle;rounded=1;html=1;endArrow=block;noEdgeStyle=1;orthogonal=1;exitX=1;exitY=0.5;exitDx=0;exitDy=0;entryX=0;entryY=0.5;entryDx=0;entryDy=0;strokeColor=#555555;" parent="1" source="m28" target="t29" edge="1">
          <mxGeometry relative="1" as="geometry" />
        </mxCell>
        <mxCell id="e13" style="edgeStyle=orthogonalEdgeStyle;rounded=1;html=1;endArrow=block;noEdgeStyle=1;orthogonal=1;exitX=1;exitY=0.5;exitDx=0;exitDy=0;entryX=0;entryY=0.5;entryDx=0;entryDy=0;strokeColor=#555555;" parent="1" source="t29" target="t32" edge="1">
          <mxGeometry relative="1" as="geometry" />
        </mxCell>
        <mxCell id="e14" style="edgeStyle=orthogonalEdgeStyle;rounded=1;html=1;endArrow=block;noEdgeStyle=1;orthogonal=1;exitX=0.5;exitY=1;exitDx=0;exitDy=0;entryX=0.5;entryY=0;entryDx=0;entryDy=0;strokeColor=#555555;" parent="1" source="t32" target="m34" edge="1">
          <mxGeometry relative="1" as="geometry" />
        </mxCell>
        <mxCell id="e15" style="edgeStyle=orthogonalEdgeStyle;rounded=1;html=1;endArrow=block;noEdgeStyle=1;orthogonal=1;exitX=0;exitY=0.5;exitDx=0;exitDy=0;entryX=1;entryY=0.5;entryDx=0;entryDy=0;strokeColor=#555555;" parent="1" source="m34" target="m35" edge="1">
          <mxGeometry relative="1" as="geometry" />
        </mxCell>
        <mxCell id="e16" style="edgeStyle=orthogonalEdgeStyle;rounded=1;html=1;endArrow=block;noEdgeStyle=1;orthogonal=1;exitX=0;exitY=0.5;exitDx=0;exitDy=0;entryX=1;entryY=0.5;entryDx=0;entryDy=0;strokeColor=#555555;" parent="1" source="m35" target="m36" edge="1">
          <mxGeometry relative="1" as="geometry" />
        </mxCell>
        <mxCell id="e17" style="edgeStyle=orthogonalEdgeStyle;rounded=1;html=1;endArrow=block;noEdgeStyle=1;orthogonal=1;exitX=0.5;exitY=1;exitDx=0;exitDy=0;entryX=0.5;entryY=0;entryDx=0;entryDy=0;strokeColor=#555555;" parent="1" source="m36" target="end" edge="1">
          <mxGeometry relative="1" as="geometry" />
        </mxCell>
-         <mxCell id="8XwAiPN5rgKyMBTqhDzh-1" value="&lt;div style=&quot;line-height: 100%;&quot;&gt;&lt;b&gt;Legend&lt;/b&gt;&lt;div&gt;&lt;table&gt;&lt;tbody&gt;&lt;tr style=&quot;line-height: 120%;&quot;&gt;&lt;td&gt;- ⟳ LOOP n = retry attempt&lt;br&gt;- 🔧 = tool_calls (names)&lt;br&gt;- ─ → = truncated result&lt;/td&gt;&lt;td&gt;- purple = USER/prompt&lt;br&gt;- blue = AI&lt;br&gt;- light blue = tool call+result&lt;br&gt;- amber = LLM-judge&lt;br&gt;- red = REJECT&lt;br&gt;- green = ACCEPT&lt;br&gt;&lt;/td&gt;&lt;/tr&gt;&lt;/tbody&gt;&lt;/table&gt;&lt;/div&gt;&lt;/div&gt;" style="whiteSpace=wrap;html=1;fillColor=#fbfbfb;strokeColor=#cccccc;rounded=1;fontSize=6;align=left;verticalAlign=top;spacing=3;" vertex="1" parent="1">
-           <mxGeometry x="244" y="512.5" width="162" height="77" as="geometry" />
-         </mxCell>
      </root>
    </mxGraphModel>
  </diagram>
</mxfile>
